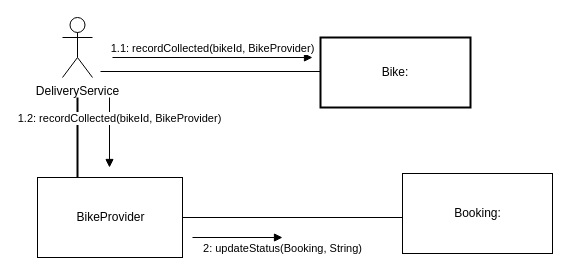
SatoMichi/SE_CW_Bike_Rental_System keeps this draw.io diagram as page "Page-3" (3 of 3) of Diagrams CW2/cw2_sequence_communication.drawio. Above is the earlier version. Source tidied: cells renumbered, new cells numbered last; positions are measured from the earlier drawing's top-left corner, leaving out a move shared by most shapes. Both pictures are drawn from the tidied source at 100%, with x=0, y=0 at pixel (37, 17).
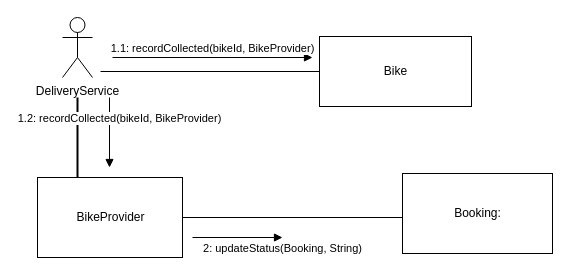
Above is the later version.

What changed in the source:
```diff
@@
 <mxGraphModel>
   <root>
     <mxCell id="0" />
     <mxCell id="1" parent="0" />
     <mxCell id="2" value="DeliveryService" style="shape=umlActor;verticalLabelPosition=bottom;labelBackgroundColor=#ffffff;verticalAlign=top;html=1;" parent="1" vertex="1">
       <mxGeometry x="25" width="30" height="60" as="geometry" />
     </mxCell>
     <mxCell id="3" value="BikeProvider" style="html=1;" parent="1" vertex="1">
       <mxGeometry y="160" width="145" height="80" as="geometry" />
     </mxCell>
     <mxCell id="4" value="Booking:" style="html=1;" parent="1" vertex="1">
       <mxGeometry x="365" y="156" width="150" height="80" as="geometry" />
     </mxCell>
     <mxCell id="5" style="line;strokeWidth=1;fillColor=none;align=left;verticalAlign=middle;spacingTop=-1;spacingLeft=3;spacingRight=3;labelPosition=right;" parent="1" vertex="1">
       <mxGeometry x="145" y="196" width="220" height="8" as="geometry" />
     </mxCell>
     <mxCell id="6" style="line;strokeWidth=2;direction=south;html=1;" parent="1" vertex="1">
       <mxGeometry x="35" y="80" width="10" height="80" as="geometry" />
     </mxCell>
     <mxCell id="7" value="1.2: recordCollected(bikeId, BikeProvider)" style="html=1;verticalAlign=bottom;endArrow=block;" parent="1" edge="1">
       <mxGeometry x="-0.14" y="10" relative="1" as="geometry">
         <mxPoint x="72" y="80" as="sourcePoint" />
         <mxPoint x="72" y="150" as="targetPoint" />
       </mxGeometry>
     </mxCell>
     <mxCell id="8" value="2: updateStatus(Booking, String)" style="html=1;verticalAlign=bottom;endArrow=block;" parent="1" edge="1">
       <mxGeometry x="1" y="-20" relative="1" as="geometry">
         <mxPoint x="155" y="220" as="sourcePoint" />
         <mxPoint x="245" y="220" as="targetPoint" />
       </mxGeometry>
     </mxCell>
-    <mxCell id="9" value="Bike:" style="strokeWidth=2;whiteSpace=wrap;html=1;" parent="1" vertex="1">
-      <mxGeometry x="283" y="20" width="150" height="70" as="geometry" />
-    </mxCell>
     <mxCell id="10" value="1.1: recordCollected(bikeId, BikeProvider)" style="html=1;verticalAlign=bottom;endArrow=block;" parent="1" edge="1">
       <mxGeometry relative="1" as="geometry">
         <mxPoint x="75" y="40" as="sourcePoint" />
         <mxPoint x="275" y="40" as="targetPoint" />
       </mxGeometry>
     </mxCell>
     <mxCell id="11" style="line;strokeWidth=1;fillColor=none;align=left;verticalAlign=middle;spacingTop=-1;spacingLeft=3;spacingRight=3;labelPosition=right;" parent="1" vertex="1">
       <mxGeometry x="63" y="50" width="220" height="8" as="geometry" />
     </mxCell>
+    <mxCell id="12" value="Bike" style="html=1;" parent="1" vertex="1">
+      <mxGeometry x="282" y="19" width="152" height="70" as="geometry" />
+    </mxCell>
   </root>
 </mxGraphModel>
```
